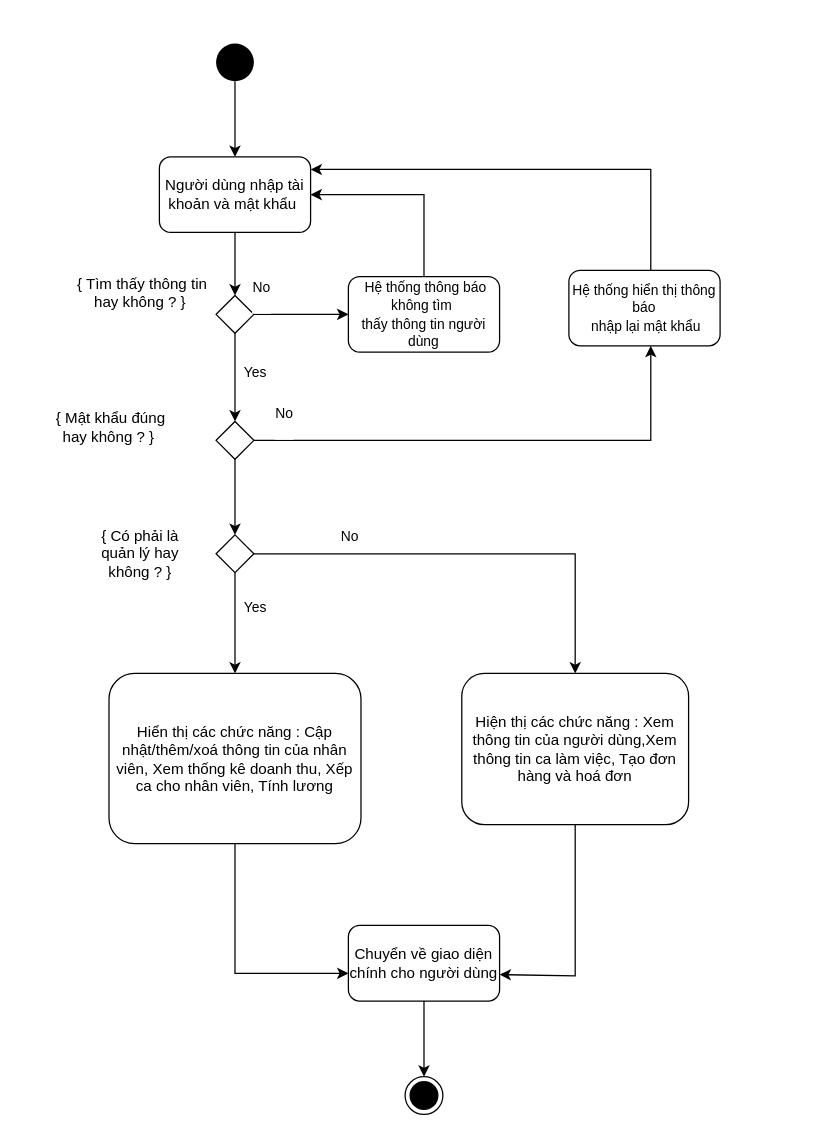
The draw.io diagram Thiết kế/Activity/Quản lý hệ thống.drawio in CNPM-Team-1/CNPM, before the edit. Source tidied: cells renumbered, new cells numbered last; positions are measured from the earlier drawing's top-left corner, leaving out a move shared by most shapes. Both pictures are drawn from the tidied source at 126%, with x=0, y=0 at pixel (45, 43).
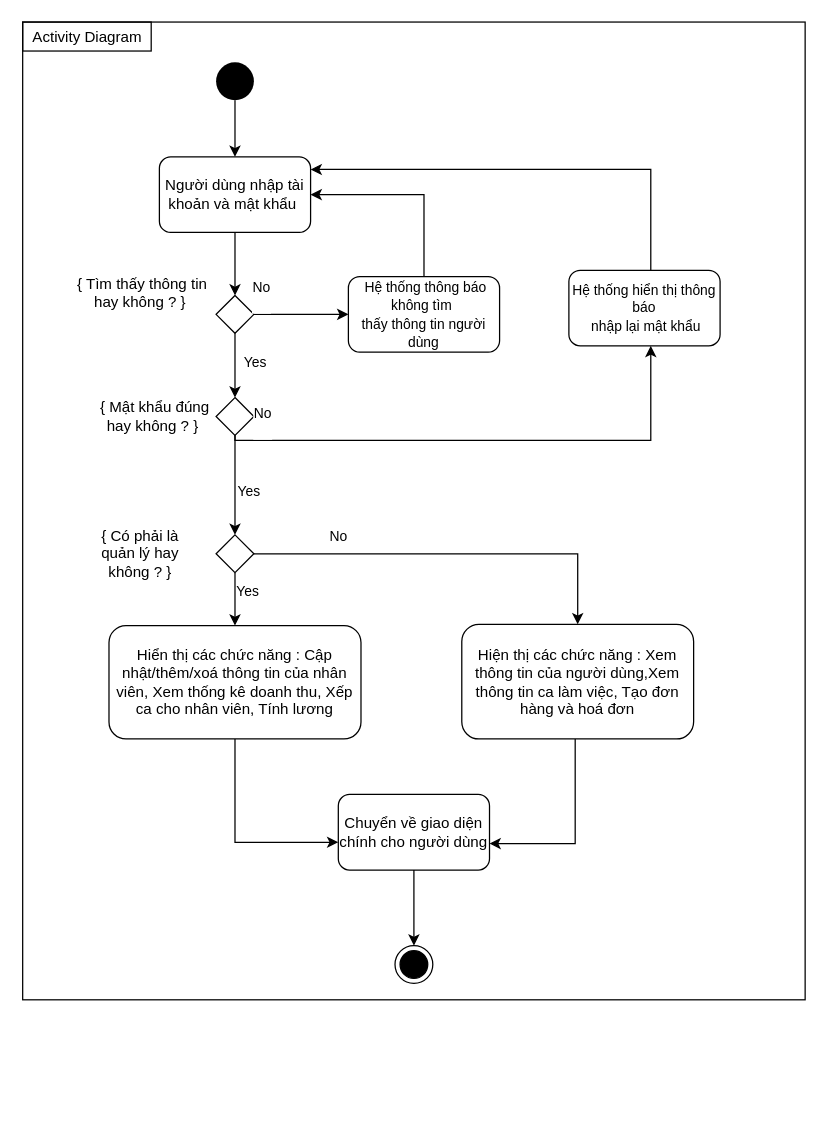
After the change.

The change refers to these unchanged cells:
```xml
<mxCell id="3" value="Người dùng nhập tài khoản và&amp;nbsp;mật khẩu&amp;nbsp;" style="rounded=1;whiteSpace=wrap;html=1;" parent="1" vertex="1">
  <mxGeometry x="90" y="90" width="120" height="60" as="geometry" />
</mxCell>
<mxCell id="8" style="edgeStyle=orthogonalEdgeStyle;rounded=0;jettySize=auto;html=1;entryX=0.5;entryY=0;entryDx=0;entryDy=0;" parent="1" edge="1" source="10" target="16">
  <mxGeometry relative="1" as="geometry" />
</mxCell>
<mxCell id="19" style="edgeStyle=orthogonalEdgeStyle;rounded=0;jettySize=auto;html=1;entryX=0.5;entryY=0;entryDx=0;entryDy=0;" parent="1" edge="1" source="21" target="13">
  <mxGeometry relative="1" as="geometry" />
</mxCell>
```

The edit, as a diff of the source:
```diff
@@
+    <mxCell id="35" style="rounded=0;whiteSpace=wrap;html=1;fillColor=none;" parent="1" vertex="1">
+      <mxGeometry x="-18.5" y="-17" width="621" height="776" as="geometry" />
+    </mxCell>
@@
-    <mxCell id="4" style="edgeStyle=orthogonalEdgeStyle;rounded=0;jettySize=auto;html=1;entryX=0.5;entryY=0;entryDx=0;entryDy=0;" parent="1" edge="1" source="5" target="3">
+    <mxCell id="4" style="edgeStyle=orthogonalEdgeStyle;rounded=0;jettySize=auto;html=1;entryX=0.5;entryY=0;entryDx=0;entryDy=0;exitX=0.5;exitY=1;exitDx=0;exitDy=0;" parent="1" edge="1" source="5" target="3">
       <mxGeometry relative="1" as="geometry" />
     </mxCell>
     <mxCell id="5" style="ellipse;fillColor=#000000;strokeColor=none;" parent="1" vertex="1">
-      <mxGeometry x="135" width="30" height="30" as="geometry" />
+      <mxGeometry x="135" y="15" width="30" height="30" as="geometry" />
     </mxCell>
     <mxCell id="6" style="ellipse;html=1;shape=endState;fillColor=#000000;strokeColor=#000000;" parent="1" vertex="1">
-      <mxGeometry x="285" y="820" width="30" height="30" as="geometry" />
+      <mxGeometry x="277" y="716" width="30" height="30" as="geometry" />
     </mxCell>
@@
+    <mxCell id="36" value="Yes" style="edgeLabel;html=1;align=center;verticalAlign=middle;" parent="8" vertex="1">
+      <mxGeometry x="-0.14" y="1" relative="1" as="geometry">
+        <mxPoint x="9" y="103" as="offset" />
+      </mxGeometry>
+    </mxCell>
@@
     <mxCell id="12" style="edgeStyle=orthogonalEdgeStyle;rounded=0;jettySize=auto;html=1;entryX=0;entryY=0.633;entryDx=0;entryDy=0;entryPerimeter=0;" parent="1" edge="1" source="13" target="34">
       <mxGeometry relative="1" as="geometry">
         <Array as="points">
-          <mxPoint x="150" y="738" />
+          <mxPoint x="150" y="634" />
         </Array>
       </mxGeometry>
     </mxCell>
     <mxCell id="13" value="Hiển thị các chức năng : Cập nhật/thêm/xoá thông tin của nhân viên, Xem thống kê doanh thu, Xếp ca cho nhân viên, Tính lương" style="rounded=1;whiteSpace=wrap;html=1;" parent="1" vertex="1">
-      <mxGeometry x="50" y="500" width="200" height="135" as="geometry" />
+      <mxGeometry x="50" y="462" width="200" height="90" as="geometry" />
     </mxCell>
@@
     <mxCell id="16" style="rhombus;direction=east;" parent="1" vertex="1">
-      <mxGeometry x="135" y="300" width="30" height="30" as="geometry" />
+      <mxGeometry x="135" y="281" width="30" height="30" as="geometry" />
     </mxCell>
@@
     <mxCell id="20" value="Yes" style="edgeLabel;html=1;align=center;verticalAlign=middle;" parent="19" vertex="1">
       <mxGeometry x="-0.32" y="-3" relative="1" as="geometry">
-        <mxPoint x="18" as="offset" />
+        <mxPoint x="12" as="offset" />
       </mxGeometry>
     </mxCell>
@@
     <mxCell id="23" value="&amp;nbsp;{ Mật khẩu đúng hay không ? }" style="text;html=1;strokeColor=none;fillColor=none;align=center;verticalAlign=middle;whiteSpace=wrap;rounded=0;" parent="1" vertex="1">
-      <mxGeometry y="290" width="100" height="30" as="geometry" />
+      <mxGeometry x="35" y="281" width="100" height="30" as="geometry" />
     </mxCell>
@@
     <mxCell id="31" style="edgeStyle=orthogonalEdgeStyle;rounded=0;jettySize=auto;html=1;entryX=1;entryY=0.65;entryDx=0;entryDy=0;entryPerimeter=0;" parent="1" edge="1" source="32" target="34">
       <mxGeometry relative="1" as="geometry">
         <Array as="points">
-          <mxPoint x="420" y="740" />
+          <mxPoint x="420" y="635" />
         </Array>
       </mxGeometry>
     </mxCell>
     <mxCell id="32" value="Hiện thị các chức năng : Xem thông tin của người dùng,Xem thông tin ca làm việc, Tạo đơn hàng và hoá đơn" style="rounded=1;whiteSpace=wrap;html=1;" parent="1" vertex="1">
-      <mxGeometry x="330" y="500" width="180" height="120" as="geometry" />
+      <mxGeometry x="330" y="461" width="184" height="91" as="geometry" />
     </mxCell>
@@
     <mxCell id="34" value="Chuyển về giao diện chính cho người dùng" style="rounded=1;whiteSpace=wrap;html=1;" parent="1" vertex="1">
-      <mxGeometry x="240" y="700" width="120" height="60" as="geometry" />
+      <mxGeometry x="232" y="596" width="120" height="60" as="geometry" />
     </mxCell>
+    <mxCell id="37" value="Activity Diagram" style="rounded=0;whiteSpace=wrap;html=1;fillColor=none;" parent="1" vertex="1">
+      <mxGeometry x="-18.5" y="-17" width="102" height="23" as="geometry" />
+    </mxCell>
```
